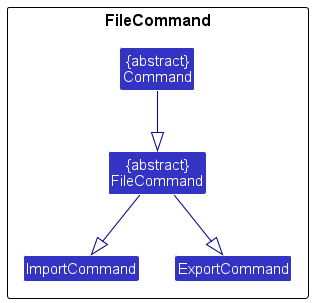
Above: docs/images/FileCommandClassDiagram.png in ricketytoc/tp (PlantUML), before the change.
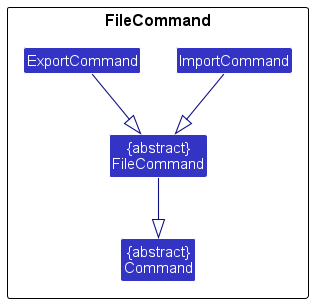
Later version of the same file.

Commit message:
Fix file command diagram

Change to the diagram source:
```diff
@@ -11,9 +11,9 @@
 Class ImportCommand
 Class ExportCommand
 
-Command --|> FileCommand
+FileCommand --|> Command
 
-FileCommand --|> ImportCommand
-FileCommand --|> ExportCommand
+ImportCommand --|> FileCommand
+ExportCommand --|> FileCommand
 
 @enduml
```
